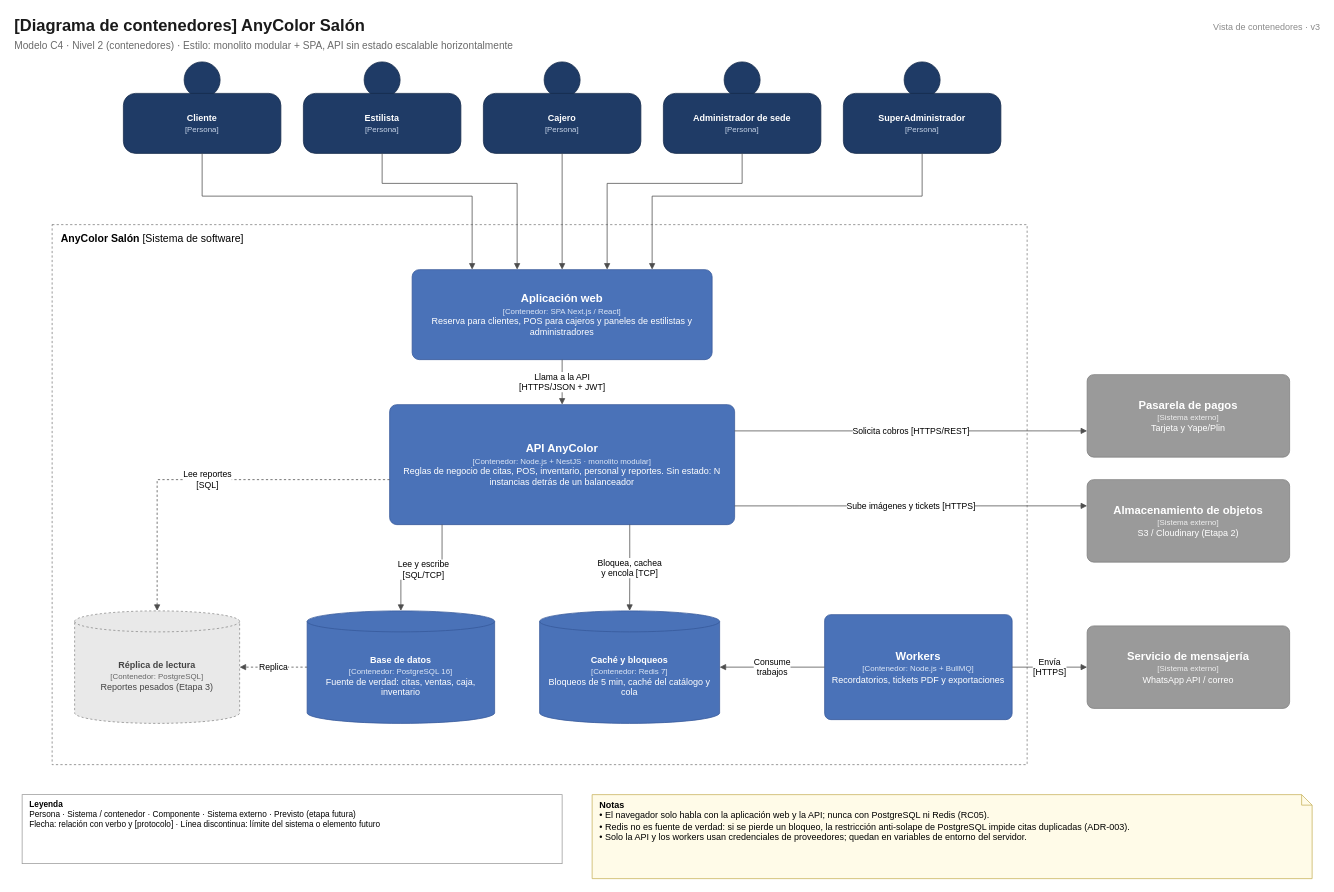
The draw.io diagram img/fuentes/nivel2-contenedores.drawio in RodrigoCayllahua/AnyColor-arquitSoft-02-Andy-Conde, before the edit. Source tidied: cells renumbered, new cells numbered last; positions are measured from the earlier drawing's top-left corner, leaving out a move shared by most shapes. Both pictures are drawn from the tidied source at 75%, with x=0, y=0 at pixel (13, 13).
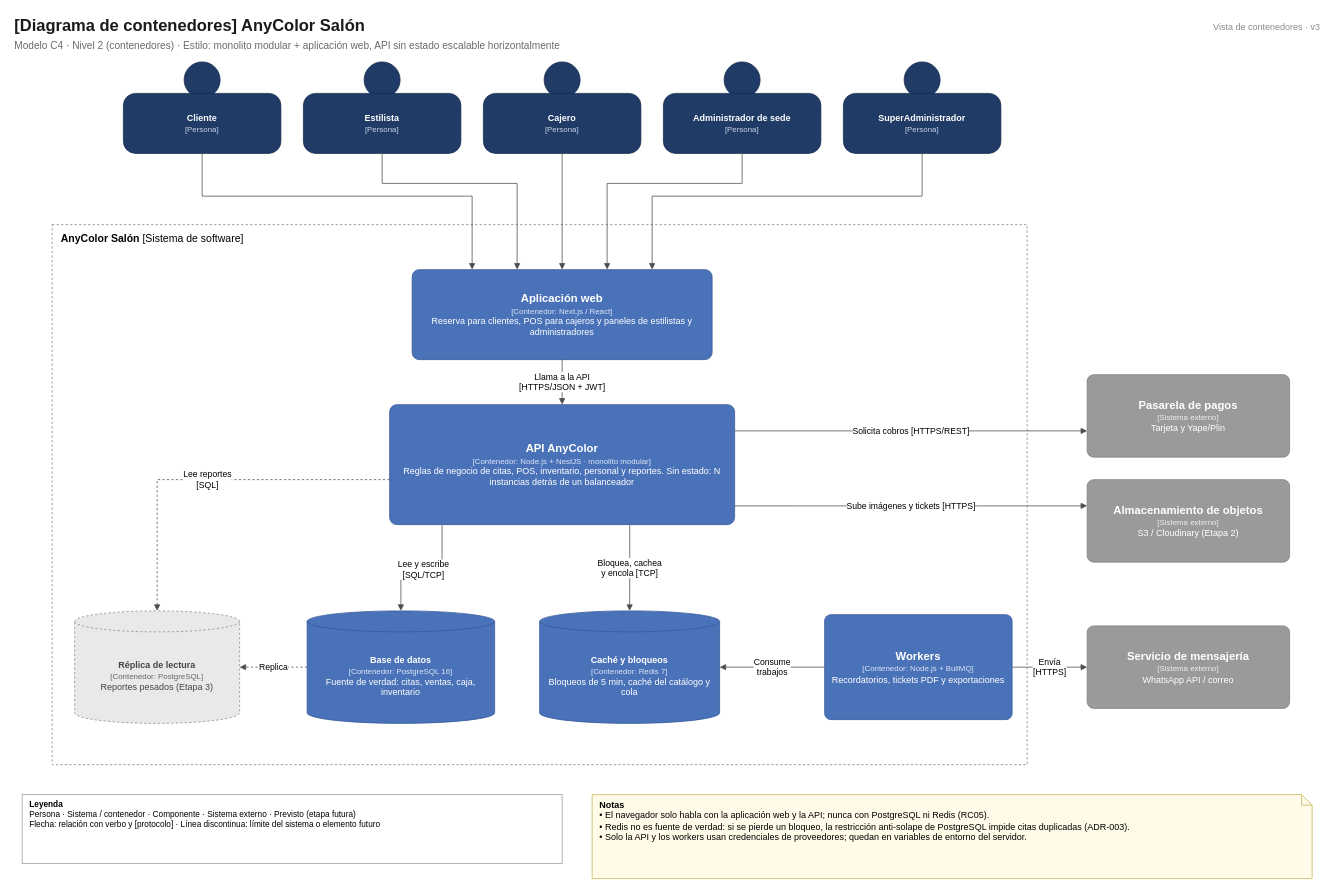
The same diagram, later.

Change to the diagram source:
```diff
@@
-    <mxCell id="4" value="Modelo C4 · Nivel 2 (contenedores) · Estilo: monolito modular + SPA, API sin estado escalable horizontalmente" style="text;html=1;align=left;verticalAlign=middle;fontSize=13.5;fontColor=#6A6A6A;fontStyle=0;fontFamily=Arial;" parent="1" vertex="1">
-      <mxGeometry y="34" width="691" height="20" as="geometry" />
+    <mxCell id="4" value="Modelo C4 · Nivel 2 (contenedores) · Estilo: monolito modular + aplicación web, API sin estado escalable horizontalmente" style="text;html=1;align=left;verticalAlign=middle;fontSize=13.5;fontColor=#6A6A6A;fontStyle=0;fontFamily=Arial;" parent="1" vertex="1">
+      <mxGeometry y="34" width="755" height="20" as="geometry" />
     </mxCell>
@@
-    <mxCell id="16" value="&lt;b style='font-size:15px'&gt;Aplicación web&lt;/b&gt;&lt;br&gt;&lt;span style='font-size:10.5px;color:#DCE6F6'&gt;[Contenedor: SPA Next.js / React]&lt;/span&gt;&lt;br&gt;&lt;span style='font-size:12px'&gt;Reserva para clientes, POS para cajeros y paneles de estilistas y administradores&lt;/span&gt;" style="rounded=1;arcSize=8;whiteSpace=wrap;html=1;fillColor=#4A72B8;strokeColor=#36599A;fontColor=#FFFFFF;fontFamily=Arial;" parent="1" vertex="1">
+    <mxCell id="16" value="&lt;b style='font-size:15px'&gt;Aplicación web&lt;/b&gt;&lt;br&gt;&lt;span style='font-size:10.5px;color:#DCE6F6'&gt;[Contenedor: Next.js / React]&lt;/span&gt;&lt;br&gt;&lt;span style='font-size:12px'&gt;Reserva para clientes, POS para cajeros y paneles de estilistas y administradores&lt;/span&gt;" style="rounded=1;arcSize=8;whiteSpace=wrap;html=1;fillColor=#4A72B8;strokeColor=#36599A;fontColor=#FFFFFF;fontFamily=Arial;" parent="1" vertex="1">
       <mxGeometry x="532" y="342" width="400" height="120" as="geometry" />
     </mxCell>
```
